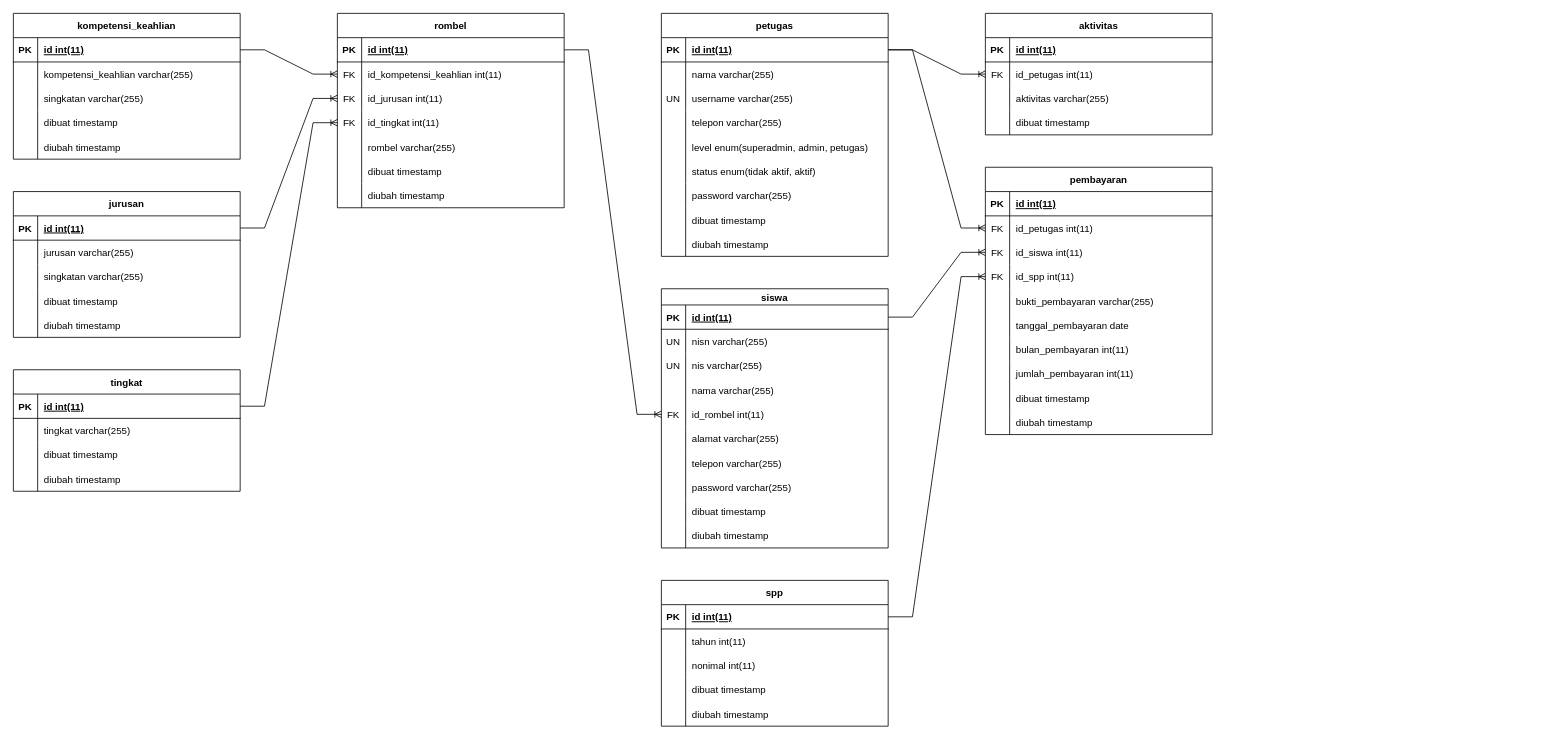
NotHydra/aplikasi-pembayaran-spp keeps this draw.io diagram as aplikasi-pembayaran-spp.drawio. Above is the earlier version. Source tidied: cells renumbered, new cells numbered last; positions are measured from the earlier drawing's top-left corner, leaving out a move shared by most shapes. Both pictures are drawn from the tidied source at 81%, with x=0, y=0 at pixel (13, 13).
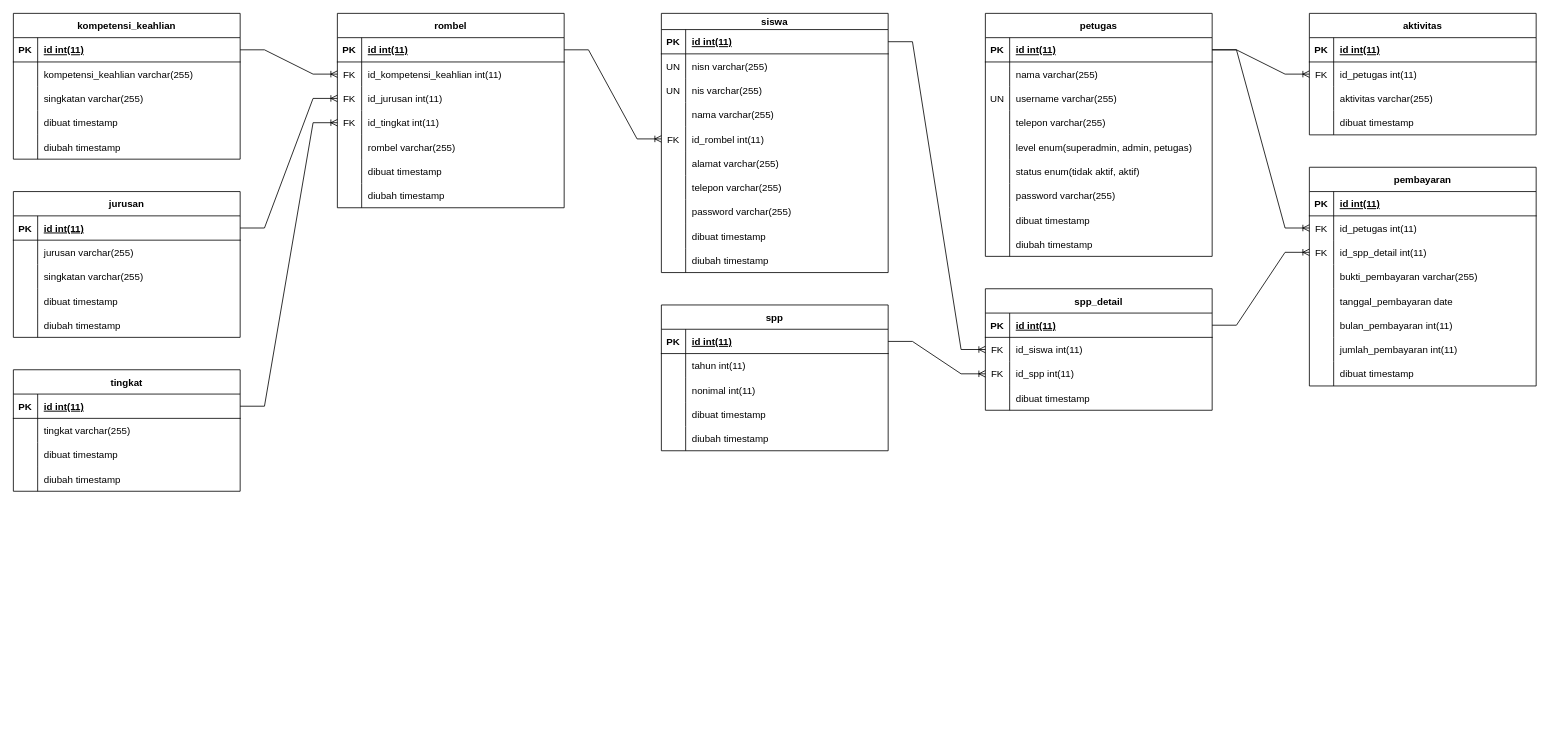
The same page after the edit.

The change refers to these unchanged cells:
```xml
<mxCell id="73" style="shape=partialRectangle;fillColor=none;points=[[0,0.5],[1,0.5]];portConstraint=eastwest;top=0;left=0;right=0;bottom=1;" parent="72" vertex="1">
  <mxGeometry y="20" width="280" height="30" as="geometry" />
</mxCell>
<mxCell id="108" style="shape=tableRow;horizontal=0;startSize=0;swimlaneHead=0;swimlaneBody=0;fillColor=none;points=[[0,0.5],[1,0.5]];portConstraint=eastwest;top=0;left=0;right=0;bottom=0;" parent="104" vertex="1">
  <mxGeometry y="60" width="280" height="30" as="geometry" />
</mxCell>
<mxCell id="136" style="shape=partialRectangle;fillColor=none;points=[[0,0.5],[1,0.5]];portConstraint=eastwest;top=0;left=0;right=0;bottom=1;" parent="135" vertex="1">
  <mxGeometry y="30" width="280" height="30" as="geometry" />
</mxCell>
<mxCell id="152" style="shape=partialRectangle;fillColor=none;points=[[0,0.5],[1,0.5]];portConstraint=eastwest;top=0;left=0;right=0;bottom=1;" parent="151" vertex="1">
  <mxGeometry y="30" width="280" height="30" as="geometry" />
</mxCell>
```

What changed in the source:
```diff
@@
     <mxCell id="72" value="siswa" style="shape=table;startSize=20;childLayout=tableLayout;rowLines=0;fontStyle=1;align=center;" parent="1" vertex="1">
-      <mxGeometry x="800" y="340" width="280" height="320" as="geometry" />
+      <mxGeometry x="800" width="280" height="320" as="geometry" />
     </mxCell>
@@
     <mxCell id="104" value="pembayaran" style="shape=table;startSize=30;childLayout=tableLayout;rowLines=0;fontStyle=1;align=center;" parent="1" vertex="1">
-      <mxGeometry x="1200" y="190" width="280" height="330" as="geometry" />
+      <mxGeometry x="1600" y="190" width="280" height="270" as="geometry" />
     </mxCell>
@@
-    <mxCell id="111" style="shape=tableRow;horizontal=0;startSize=0;swimlaneHead=0;swimlaneBody=0;fillColor=none;points=[[0,0.5],[1,0.5]];portConstraint=eastwest;top=0;left=0;right=0;bottom=0;" parent="104" vertex="1">
-      <mxGeometry y="90" width="280" height="30" as="geometry" />
-    </mxCell>
-    <mxCell id="112" value="FK" style="shape=partialRectangle;fillColor=none;top=0;left=0;bottom=0;right=0;overflow=hidden;" parent="111" vertex="1">
-      <mxGeometry width="30" height="30" as="geometry" />
-    </mxCell>
-    <mxCell id="113" value="id_siswa int(11)" style="shape=partialRectangle;fillColor=none;top=0;left=0;bottom=0;right=0;align=left;spacingLeft=6;overflow=hidden;" parent="111" vertex="1">
-      <mxGeometry x="30" width="250" height="30" as="geometry" />
-    </mxCell>
     <mxCell id="114" style="shape=tableRow;horizontal=0;startSize=0;swimlaneHead=0;swimlaneBody=0;fillColor=none;points=[[0,0.5],[1,0.5]];portConstraint=eastwest;top=0;left=0;right=0;bottom=0;" parent="104" vertex="1">
-      <mxGeometry y="120" width="280" height="30" as="geometry" />
+      <mxGeometry y="90" width="280" height="30" as="geometry" />
     </mxCell>
@@
-    <mxCell id="116" value="id_spp int(11)" style="shape=partialRectangle;fillColor=none;top=0;left=0;bottom=0;right=0;align=left;spacingLeft=6;overflow=hidden;" parent="114" vertex="1">
+    <mxCell id="116" value="id_spp_detail int(11)" style="shape=partialRectangle;fillColor=none;top=0;left=0;bottom=0;right=0;align=left;spacingLeft=6;overflow=hidden;" parent="114" vertex="1">
       <mxGeometry x="30" width="250" height="30" as="geometry" />
     </mxCell>
     <mxCell id="117" style="shape=tableRow;horizontal=0;startSize=0;swimlaneHead=0;swimlaneBody=0;fillColor=none;top=0;left=0;right=0;bottom=0;" parent="104" vertex="1">
-      <mxGeometry y="150" width="280" height="30" as="geometry" />
+      <mxGeometry y="120" width="280" height="30" as="geometry" />
     </mxCell>
@@
     <mxCell id="120" style="shape=tableRow;horizontal=0;startSize=0;swimlaneHead=0;swimlaneBody=0;fillColor=none;top=0;left=0;right=0;bottom=0;" parent="104" vertex="1">
-      <mxGeometry y="180" width="280" height="30" as="geometry" />
+      <mxGeometry y="150" width="280" height="30" as="geometry" />
     </mxCell>
@@
     <mxCell id="123" style="shape=tableRow;horizontal=0;startSize=0;swimlaneHead=0;swimlaneBody=0;fillColor=none;top=0;left=0;right=0;bottom=0;" parent="104" vertex="1">
-      <mxGeometry y="210" width="280" height="30" as="geometry" />
+      <mxGeometry y="180" width="280" height="30" as="geometry" />
     </mxCell>
@@
     <mxCell id="126" style="shape=tableRow;horizontal=0;startSize=0;swimlaneHead=0;swimlaneBody=0;fillColor=none;top=0;left=0;right=0;bottom=0;" parent="104" vertex="1">
-      <mxGeometry y="240" width="280" height="30" as="geometry" />
+      <mxGeometry y="210" width="280" height="30" as="geometry" />
     </mxCell>
@@
     <mxCell id="129" style="shape=tableRow;horizontal=0;startSize=0;swimlaneHead=0;swimlaneBody=0;fillColor=none;top=0;left=0;right=0;bottom=0;" parent="104" vertex="1">
-      <mxGeometry y="270" width="280" height="30" as="geometry" />
+      <mxGeometry y="240" width="280" height="30" as="geometry" />
     </mxCell>
@@
-    <mxCell id="132" style="shape=tableRow;horizontal=0;startSize=0;swimlaneHead=0;swimlaneBody=0;fillColor=none;top=0;left=0;right=0;bottom=0;" parent="104" vertex="1">
-      <mxGeometry y="300" width="280" height="30" as="geometry" />
-    </mxCell>
-    <mxCell id="133" style="shape=partialRectangle;fillColor=none;top=0;left=0;bottom=0;right=0;overflow=hidden;" parent="132" vertex="1">
-      <mxGeometry width="30" height="30" as="geometry" />
-    </mxCell>
-    <mxCell id="134" value="diubah timestamp" style="shape=partialRectangle;fillColor=none;top=0;left=0;bottom=0;right=0;align=left;spacingLeft=6;overflow=hidden;" parent="132" vertex="1">
-      <mxGeometry x="30" width="250" height="30" as="geometry" />
-    </mxCell>
     <mxCell id="135" value="spp" style="shape=table;startSize=30;childLayout=tableLayout;rowLines=0;fontStyle=1;align=center;" parent="1" vertex="1">
-      <mxGeometry x="800" y="700" width="280" height="180" as="geometry" />
+      <mxGeometry x="800" y="360" width="280" height="180" as="geometry" />
     </mxCell>
@@
     <mxCell id="151" value="petugas" style="shape=table;startSize=30;childLayout=tableLayout;rowLines=0;fontStyle=1;align=center;" parent="1" vertex="1">
-      <mxGeometry x="800" width="280" height="300" as="geometry" />
+      <mxGeometry x="1200" width="280" height="300" as="geometry" />
     </mxCell>
@@
-    <mxCell id="179" style="edgeStyle=entityRelationEdgeStyle;fontSize=12;html=1;endArrow=ERoneToMany;rounded=0;exitX=1;exitY=0.5;exitDx=0;exitDy=0;entryX=0;entryY=0.5;entryDx=0;entryDy=0;" parent="1" edge="1" source="152" target="108">
-      <mxGeometry relative="1" as="geometry" />
-    </mxCell>
-    <mxCell id="180" style="edgeStyle=entityRelationEdgeStyle;fontSize=12;html=1;endArrow=ERoneToMany;rounded=0;exitX=1;exitY=0.5;exitDx=0;exitDy=0;" parent="1" edge="1" source="73" target="111">
-      <mxGeometry relative="1" as="geometry" />
-    </mxCell>
-    <mxCell id="181" style="edgeStyle=entityRelationEdgeStyle;fontSize=12;html=1;endArrow=ERoneToMany;rounded=0;exitX=1;exitY=0.5;exitDx=0;exitDy=0;entryX=0;entryY=0.5;entryDx=0;entryDy=0;" parent="1" edge="1" source="136" target="114">
-      <mxGeometry relative="1" as="geometry" />
-    </mxCell>
     <mxCell id="182" value="aktivitas" style="shape=table;startSize=30;childLayout=tableLayout;rowLines=0;fontStyle=1;align=center;" parent="1" vertex="1">
-      <mxGeometry x="1200" width="280" height="150" as="geometry" />
+      <mxGeometry x="1600" width="280" height="150" as="geometry" />
     </mxCell>
@@
+    <mxCell id="196" value="spp_detail" style="shape=table;startSize=30;childLayout=tableLayout;rowLines=0;fontStyle=1;align=center;" parent="1" vertex="1">
+      <mxGeometry x="1200" y="340" width="280" height="150" as="geometry" />
+    </mxCell>
+    <mxCell id="197" style="shape=partialRectangle;fillColor=none;points=[[0,0.5],[1,0.5]];portConstraint=eastwest;top=0;left=0;right=0;bottom=1;" parent="196" vertex="1">
+      <mxGeometry y="30" width="280" height="30" as="geometry" />
+    </mxCell>
+    <mxCell id="198" value="PK" style="shape=partialRectangle;overflow=hidden;fillColor=none;top=0;left=0;bottom=0;right=0;fontStyle=1;" parent="197" vertex="1">
+      <mxGeometry width="30" height="30" as="geometry" />
+    </mxCell>
+    <mxCell id="199" value="id int(11)" style="shape=partialRectangle;overflow=hidden;fillColor=none;top=0;left=0;bottom=0;right=0;align=left;spacingLeft=6;fontStyle=5;" parent="197" vertex="1">
+      <mxGeometry x="30" width="250" height="30" as="geometry" />
+    </mxCell>
+    <mxCell id="200" style="shape=tableRow;horizontal=0;startSize=0;swimlaneHead=0;swimlaneBody=0;fillColor=none;points=[[0,0.5],[1,0.5]];portConstraint=eastwest;top=0;left=0;right=0;bottom=0;" parent="196" vertex="1">
+      <mxGeometry y="60" width="280" height="30" as="geometry" />
+    </mxCell>
+    <mxCell id="112" value="FK" style="shape=partialRectangle;fillColor=none;top=0;left=0;bottom=0;right=0;overflow=hidden;" parent="200" vertex="1">
+      <mxGeometry width="30" height="30" as="geometry" />
+    </mxCell>
+    <mxCell id="113" value="id_siswa int(11)" style="shape=partialRectangle;fillColor=none;top=0;left=0;bottom=0;right=0;align=left;spacingLeft=6;overflow=hidden;" parent="200" vertex="1">
+      <mxGeometry x="30" width="250" height="30" as="geometry" />
+    </mxCell>
+    <mxCell id="111" style="shape=tableRow;horizontal=0;startSize=0;swimlaneHead=0;swimlaneBody=0;fillColor=none;points=[[0,0.5],[1,0.5]];portConstraint=eastwest;top=0;left=0;right=0;bottom=0;" parent="196" vertex="1">
+      <mxGeometry y="90" width="280" height="30" as="geometry" />
+    </mxCell>
+    <mxCell id="201" value="FK" style="shape=partialRectangle;fillColor=none;top=0;left=0;bottom=0;right=0;fontStyle=0;overflow=hidden;" parent="111" vertex="1">
+      <mxGeometry width="30" height="30" as="geometry" />
+    </mxCell>
+    <mxCell id="202" value="id_spp int(11)" style="shape=partialRectangle;fillColor=none;top=0;left=0;bottom=0;right=0;align=left;spacingLeft=6;fontStyle=0;overflow=hidden;" parent="111" vertex="1">
+      <mxGeometry x="30" width="250" height="30" as="geometry" />
+    </mxCell>
+    <mxCell id="203" style="shape=tableRow;horizontal=0;startSize=0;swimlaneHead=0;swimlaneBody=0;fillColor=none;top=0;left=0;right=0;bottom=0;" parent="196" vertex="1">
+      <mxGeometry y="120" width="280" height="30" as="geometry" />
+    </mxCell>
+    <mxCell id="133" style="shape=partialRectangle;fillColor=none;top=0;left=0;bottom=0;right=0;overflow=hidden;" parent="203" vertex="1">
+      <mxGeometry width="30" height="30" as="geometry" />
+    </mxCell>
+    <mxCell id="204" value="dibuat timestamp" style="shape=partialRectangle;fillColor=none;top=0;left=0;bottom=0;right=0;align=left;spacingLeft=6;overflow=hidden;" parent="203" vertex="1">
+      <mxGeometry x="30" width="250" height="30" as="geometry" />
+    </mxCell>
+    <mxCell id="205" style="edgeStyle=entityRelationEdgeStyle;fontSize=12;html=1;endArrow=ERoneToMany;rounded=0;exitX=1;exitY=0.5;exitDx=0;exitDy=0;" parent="1" edge="1" source="73" target="200">
+      <mxGeometry relative="1" as="geometry" />
+    </mxCell>
+    <mxCell id="206" style="edgeStyle=entityRelationEdgeStyle;fontSize=12;html=1;endArrow=ERoneToMany;rounded=0;exitX=1;exitY=0.5;exitDx=0;exitDy=0;entryX=0;entryY=0.5;entryDx=0;entryDy=0;" parent="1" edge="1" source="136" target="111">
+      <mxGeometry relative="1" as="geometry" />
+    </mxCell>
+    <mxCell id="207" style="edgeStyle=entityRelationEdgeStyle;fontSize=12;html=1;endArrow=ERoneToMany;rounded=0;exitX=1;exitY=0.5;exitDx=0;exitDy=0;entryX=0;entryY=0.5;entryDx=0;entryDy=0;" parent="1" edge="1" source="197" target="114">
+      <mxGeometry relative="1" as="geometry" />
+    </mxCell>
+    <mxCell id="179" style="edgeStyle=entityRelationEdgeStyle;fontSize=12;html=1;endArrow=ERoneToMany;rounded=0;exitX=1;exitY=0.5;exitDx=0;exitDy=0;entryX=0;entryY=0.5;entryDx=0;entryDy=0;" parent="1" edge="1" source="152" target="108">
+      <mxGeometry relative="1" as="geometry" />
+    </mxCell>
```
